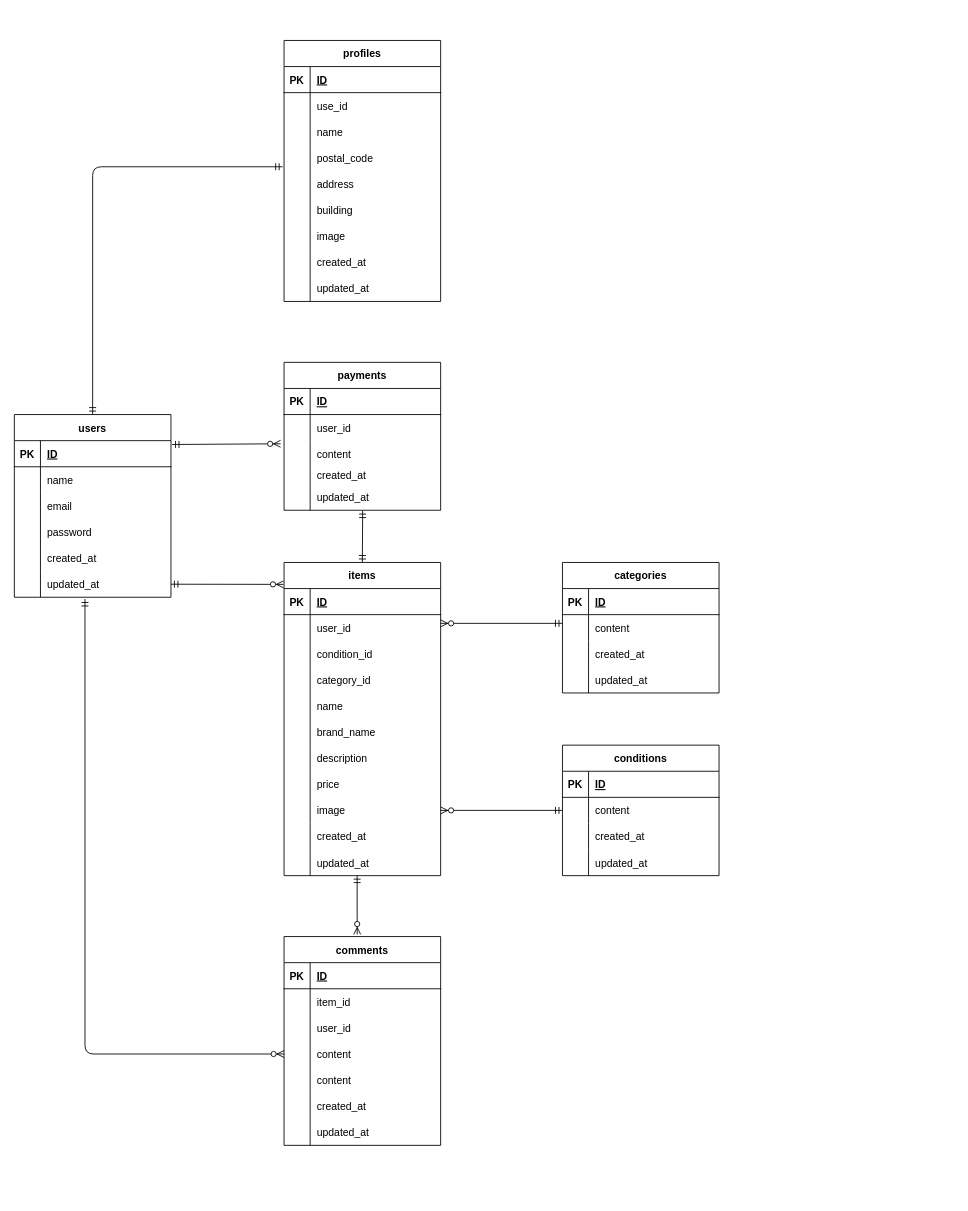
Earlier version of the draw.io diagram ER.drawio (nishimiyu0313/fleamarket-app-old). Source tidied: cells renumbered, new cells numbered last; positions are measured from the earlier drawing's top-left corner, leaving out a move shared by most shapes. Both pictures are drawn from the tidied source at 87%, with x=0, y=0 at pixel (14, 40).
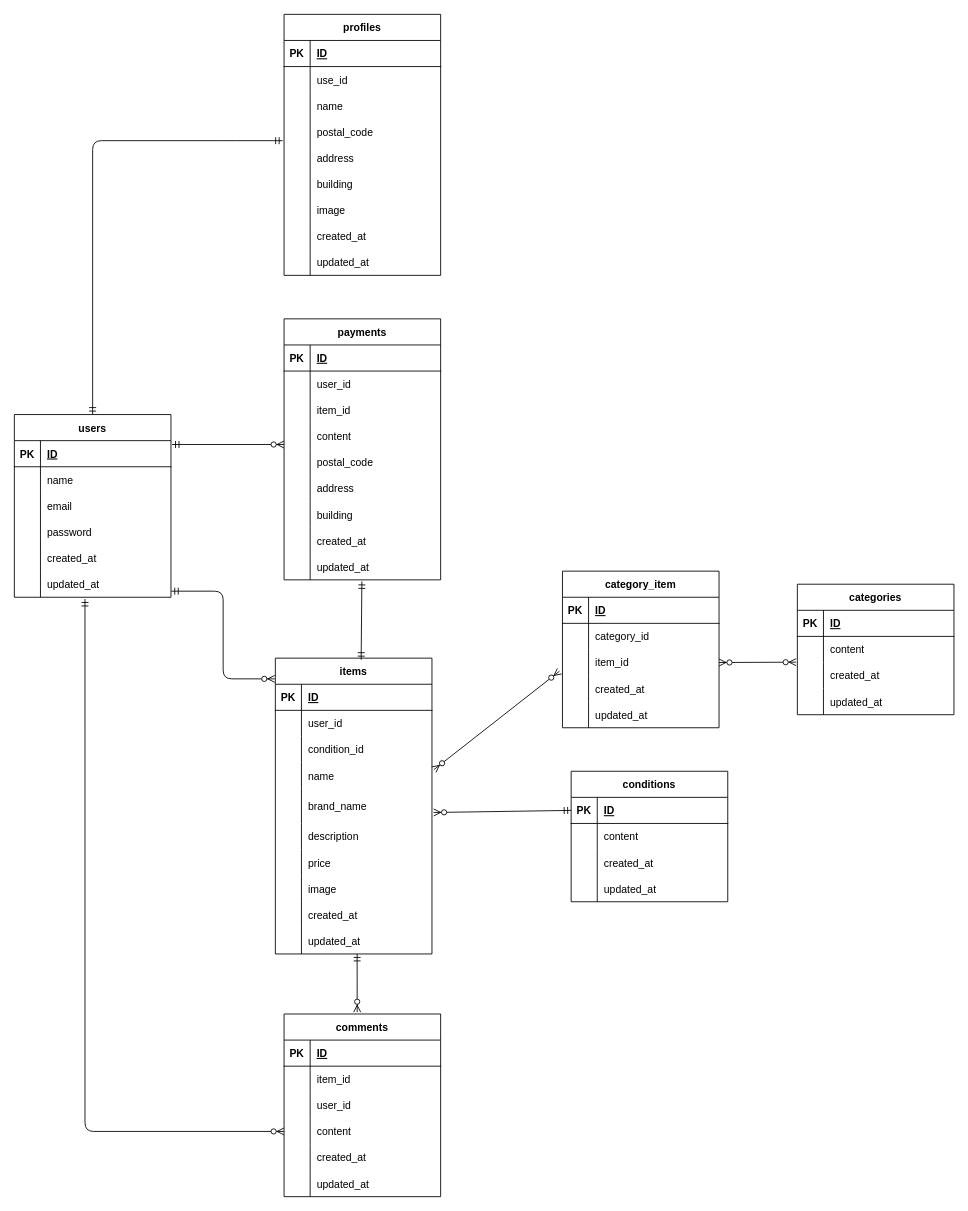
The same diagram, later.

Unchanged cells that the change refers to:
```xml
<mxCell id="3" style="shape=tableRow;horizontal=0;startSize=0;swimlaneHead=0;swimlaneBody=0;fillColor=none;points=[[0,0.5],[1,0.5]];portConstraint=eastwest;top=0;left=0;right=0;bottom=1;" parent="2" vertex="1">
  <mxGeometry y="30" width="180" height="30" as="geometry" />
</mxCell>
<mxCell id="18" style="shape=tableRow;horizontal=0;startSize=0;swimlaneHead=0;swimlaneBody=0;fillColor=none;points=[[0,0.5],[1,0.5]];portConstraint=eastwest;top=0;left=0;right=0;bottom=0;" parent="2" vertex="1">
  <mxGeometry y="180" width="180" height="30" as="geometry" />
</mxCell>
<mxCell id="93" style="shape=tableRow;horizontal=0;startSize=0;swimlaneHead=0;swimlaneBody=0;fillColor=none;points=[[0,0.5],[1,0.5]];portConstraint=eastwest;top=0;left=0;right=0;bottom=0;" parent="83" vertex="1">
  <mxGeometry y="120" width="180" height="30" as="geometry" />
</mxCell>
<mxCell id="125" style="shape=tableRow;horizontal=0;startSize=0;swimlaneHead=0;swimlaneBody=0;fillColor=none;points=[[0,0.5],[1,0.5]];portConstraint=eastwest;top=0;left=0;right=0;bottom=0;" parent="121" vertex="1">
  <mxGeometry y="60" width="180" height="30" as="geometry" />
</mxCell>
<mxCell id="135" style="shape=tableRow;horizontal=0;startSize=0;swimlaneHead=0;swimlaneBody=0;fillColor=none;points=[[0,0.5],[1,0.5]];portConstraint=eastwest;top=0;left=0;right=0;bottom=1;" parent="134" vertex="1">
  <mxGeometry y="30" width="180" height="30" as="geometry" />
</mxCell>
<mxCell id="138" style="shape=tableRow;horizontal=0;startSize=0;swimlaneHead=0;swimlaneBody=0;fillColor=none;points=[[0,0.5],[1,0.5]];portConstraint=eastwest;top=0;left=0;right=0;bottom=0;" parent="134" vertex="1">
  <mxGeometry y="60" width="180" height="30" as="geometry" />
</mxCell>
```

What changed in the source:
```diff
@@
     <mxCell id="21" value="profiles" style="shape=table;startSize=30;childLayout=tableLayout;rowLines=0;fontStyle=1;align=center;" parent="1" vertex="1">
-      <mxGeometry x="310" width="180" height="300" as="geometry" />
+      <mxGeometry x="310" y="-30" width="180" height="300" as="geometry" />
     </mxCell>
@@
     <mxCell id="49" value="items" style="shape=table;startSize=30;childLayout=tableLayout;rowLines=0;fontStyle=1;align=center;" parent="1" vertex="1">
-      <mxGeometry x="310" y="600" width="180" height="360" as="geometry" />
+      <mxGeometry x="300" y="710" width="180" height="340" as="geometry" />
     </mxCell>
@@
-    <mxCell id="59" style="shape=tableRow;horizontal=0;startSize=0;swimlaneHead=0;swimlaneBody=0;fillColor=none;top=0;left=0;right=0;bottom=0;" parent="49" vertex="1">
-      <mxGeometry y="120" width="180" height="30" as="geometry" />
-    </mxCell>
-    <mxCell id="60" style="shape=partialRectangle;fillColor=none;top=0;left=0;bottom=0;right=0;overflow=hidden;" parent="59" vertex="1">
-      <mxGeometry width="30" height="30" as="geometry" />
-    </mxCell>
-    <mxCell id="61" value="category_id" style="shape=partialRectangle;fillColor=none;top=0;left=0;bottom=0;right=0;align=left;spacingLeft=6;overflow=hidden;" parent="59" vertex="1">
-      <mxGeometry x="30" width="150" height="30" as="geometry" />
-    </mxCell>
     <mxCell id="62" style="shape=tableRow;horizontal=0;startSize=0;swimlaneHead=0;swimlaneBody=0;fillColor=none;points=[[0,0.5],[1,0.5]];portConstraint=eastwest;top=0;left=0;right=0;bottom=0;" parent="49" vertex="1">
-      <mxGeometry y="150" width="180" height="30" as="geometry" />
+      <mxGeometry y="120" width="180" height="30" as="geometry" />
     </mxCell>
@@
     <mxCell id="65" style="shape=tableRow;horizontal=0;startSize=0;swimlaneHead=0;swimlaneBody=0;fillColor=none;points=[[0,0.5],[1,0.5]];portConstraint=eastwest;top=0;left=0;right=0;bottom=0;" parent="49" vertex="1">
-      <mxGeometry y="180" width="180" height="30" as="geometry" />
+      <mxGeometry y="150" width="180" height="40" as="geometry" />
     </mxCell>
     <mxCell id="66" style="shape=partialRectangle;fillColor=none;top=0;left=0;bottom=0;right=0;overflow=hidden;" parent="65" vertex="1">
-      <mxGeometry width="30" height="30" as="geometry" />
+      <mxGeometry width="30" height="40" as="geometry" />
     </mxCell>
     <mxCell id="67" value="brand_name" style="shape=partialRectangle;fillColor=none;top=0;left=0;bottom=0;right=0;align=left;spacingLeft=6;overflow=hidden;" parent="65" vertex="1">
-      <mxGeometry x="30" width="150" height="30" as="geometry" />
+      <mxGeometry x="30" width="150" height="40" as="geometry" />
     </mxCell>
     <mxCell id="68" style="shape=tableRow;horizontal=0;startSize=0;swimlaneHead=0;swimlaneBody=0;fillColor=none;top=0;left=0;right=0;bottom=0;" parent="49" vertex="1">
-      <mxGeometry y="210" width="180" height="30" as="geometry" />
+      <mxGeometry y="190" width="180" height="30" as="geometry" />
     </mxCell>
@@
     <mxCell id="71" style="shape=tableRow;horizontal=0;startSize=0;swimlaneHead=0;swimlaneBody=0;fillColor=none;top=0;left=0;right=0;bottom=0;" parent="49" vertex="1">
-      <mxGeometry y="240" width="180" height="30" as="geometry" />
+      <mxGeometry y="220" width="180" height="30" as="geometry" />
     </mxCell>
@@
     <mxCell id="74" style="shape=tableRow;horizontal=0;startSize=0;swimlaneHead=0;swimlaneBody=0;fillColor=none;top=0;left=0;right=0;bottom=0;" parent="49" vertex="1">
-      <mxGeometry y="270" width="180" height="30" as="geometry" />
+      <mxGeometry y="250" width="180" height="30" as="geometry" />
     </mxCell>
@@
     <mxCell id="77" style="shape=tableRow;horizontal=0;startSize=0;swimlaneHead=0;swimlaneBody=0;fillColor=none;top=0;left=0;right=0;bottom=0;" parent="49" vertex="1">
-      <mxGeometry y="300" width="180" height="30" as="geometry" />
+      <mxGeometry y="280" width="180" height="30" as="geometry" />
     </mxCell>
@@
     <mxCell id="80" style="shape=tableRow;horizontal=0;startSize=0;swimlaneHead=0;swimlaneBody=0;fillColor=none;top=0;left=0;right=0;bottom=0;" parent="49" vertex="1">
-      <mxGeometry y="330" width="180" height="30" as="geometry" />
+      <mxGeometry y="310" width="180" height="30" as="geometry" />
     </mxCell>
@@
     <mxCell id="83" value="comments" style="shape=table;startSize=30;childLayout=tableLayout;rowLines=0;fontStyle=1;align=center;" parent="1" vertex="1">
-      <mxGeometry x="310" y="1030" width="180" height="240" as="geometry" />
+      <mxGeometry x="310" y="1119" width="180" height="210" as="geometry" />
     </mxCell>
@@
-    <mxCell id="96" style="shape=tableRow;horizontal=0;startSize=0;swimlaneHead=0;swimlaneBody=0;fillColor=none;top=0;left=0;right=0;bottom=0;" parent="83" vertex="1">
-      <mxGeometry y="150" width="180" height="30" as="geometry" />
-    </mxCell>
-    <mxCell id="97" style="shape=partialRectangle;fillColor=none;top=0;left=0;bottom=0;right=0;overflow=hidden;" parent="96" vertex="1">
-      <mxGeometry width="30" height="30" as="geometry" />
-    </mxCell>
-    <mxCell id="98" value="content" style="shape=partialRectangle;fillColor=none;top=0;left=0;bottom=0;right=0;align=left;spacingLeft=6;overflow=hidden;" parent="96" vertex="1">
-      <mxGeometry x="30" width="150" height="30" as="geometry" />
-    </mxCell>
     <mxCell id="99" style="shape=tableRow;horizontal=0;startSize=0;swimlaneHead=0;swimlaneBody=0;fillColor=none;top=0;left=0;right=0;bottom=0;" parent="83" vertex="1">
-      <mxGeometry y="180" width="180" height="30" as="geometry" />
+      <mxGeometry y="150" width="180" height="30" as="geometry" />
     </mxCell>
@@
     <mxCell id="102" style="shape=tableRow;horizontal=0;startSize=0;swimlaneHead=0;swimlaneBody=0;fillColor=none;top=0;left=0;right=0;bottom=0;" parent="83" vertex="1">
-      <mxGeometry y="210" width="180" height="30" as="geometry" />
+      <mxGeometry y="180" width="180" height="30" as="geometry" />
     </mxCell>
@@
     <mxCell id="105" value="payments" style="shape=table;startSize=30;childLayout=tableLayout;rowLines=0;fontStyle=1;align=center;" parent="1" vertex="1">
-      <mxGeometry x="310" y="370" width="180" height="170" as="geometry" />
+      <mxGeometry x="310" y="320" width="180" height="300" as="geometry" />
     </mxCell>
@@
+    <mxCell id="155" style="shape=tableRow;horizontal=0;startSize=0;swimlaneHead=0;swimlaneBody=0;fillColor=none;top=0;left=0;right=0;bottom=0;" parent="105" vertex="1">
+      <mxGeometry y="90" width="180" height="30" as="geometry" />
+    </mxCell>
+    <mxCell id="156" style="shape=partialRectangle;fillColor=none;top=0;left=0;bottom=0;right=0;overflow=hidden;" parent="155" vertex="1">
+      <mxGeometry width="30" height="30" as="geometry" />
+    </mxCell>
+    <mxCell id="157" value="item_id" style="shape=partialRectangle;fillColor=none;top=0;left=0;bottom=0;right=0;align=left;spacingLeft=6;overflow=hidden;" parent="155" vertex="1">
+      <mxGeometry x="30" width="150" height="30" as="geometry" />
+    </mxCell>
     <mxCell id="112" style="shape=tableRow;horizontal=0;startSize=0;swimlaneHead=0;swimlaneBody=0;fillColor=none;points=[[0,0.5],[1,0.5]];portConstraint=eastwest;top=0;left=0;right=0;bottom=0;" parent="105" vertex="1">
-      <mxGeometry y="90" width="180" height="30" as="geometry" />
+      <mxGeometry y="120" width="180" height="30" as="geometry" />
     </mxCell>
@@
-    <mxCell id="115" style="shape=tableRow;horizontal=0;startSize=0;swimlaneHead=0;swimlaneBody=0;fillColor=none;top=0;left=0;right=0;bottom=0;" parent="105" vertex="1">
-      <mxGeometry y="120" width="180" height="20" as="geometry" />
-    </mxCell>
-    <mxCell id="116" style="shape=partialRectangle;fillColor=none;top=0;left=0;bottom=0;right=0;overflow=hidden;" parent="115" vertex="1">
-      <mxGeometry width="30" height="20" as="geometry" />
-    </mxCell>
-    <mxCell id="117" value="created_at" style="shape=partialRectangle;fillColor=none;top=0;left=0;bottom=0;right=0;align=left;spacingLeft=6;overflow=hidden;" parent="115" vertex="1">
-      <mxGeometry x="30" width="150" height="20" as="geometry" />
-    </mxCell>
+    <mxCell id="158" style="shape=tableRow;horizontal=0;startSize=0;swimlaneHead=0;swimlaneBody=0;fillColor=none;top=0;left=0;right=0;bottom=0;" parent="105" vertex="1">
+      <mxGeometry y="150" width="180" height="30" as="geometry" />
+    </mxCell>
+    <mxCell id="159" style="shape=partialRectangle;fillColor=none;top=0;left=0;bottom=0;right=0;overflow=hidden;" parent="158" vertex="1">
+      <mxGeometry width="30" height="30" as="geometry" />
+    </mxCell>
+    <mxCell id="160" value="postal_code" style="shape=partialRectangle;fillColor=none;top=0;left=0;bottom=0;right=0;align=left;spacingLeft=6;overflow=hidden;" parent="158" vertex="1">
+      <mxGeometry x="30" width="150" height="30" as="geometry" />
+    </mxCell>
     <mxCell id="118" style="shape=tableRow;horizontal=0;startSize=0;swimlaneHead=0;swimlaneBody=0;fillColor=none;points=[[0,0.5],[1,0.5]];portConstraint=eastwest;top=0;left=0;right=0;bottom=0;" parent="105" vertex="1">
-      <mxGeometry y="140" width="180" height="30" as="geometry" />
+      <mxGeometry y="180" width="180" height="30" as="geometry" />
     </mxCell>
@@
-    <mxCell id="120" value="updated_at" style="shape=partialRectangle;fillColor=none;top=0;left=0;bottom=0;right=0;align=left;spacingLeft=6;overflow=hidden;" parent="118" vertex="1">
+    <mxCell id="120" value="address" style="shape=partialRectangle;fillColor=none;top=0;left=0;bottom=0;right=0;align=left;spacingLeft=6;overflow=hidden;" parent="118" vertex="1">
       <mxGeometry x="30" width="150" height="30" as="geometry" />
     </mxCell>
+    <mxCell id="161" style="shape=tableRow;horizontal=0;startSize=0;swimlaneHead=0;swimlaneBody=0;fillColor=none;top=0;left=0;right=0;bottom=0;" parent="105" vertex="1">
+      <mxGeometry y="210" width="180" height="30" as="geometry" />
+    </mxCell>
+    <mxCell id="162" style="shape=partialRectangle;fillColor=none;top=0;left=0;bottom=0;right=0;overflow=hidden;" parent="161" vertex="1">
+      <mxGeometry width="30" height="30" as="geometry" />
+    </mxCell>
+    <mxCell id="163" value="building" style="shape=partialRectangle;fillColor=none;top=0;left=0;bottom=0;right=0;align=left;spacingLeft=6;overflow=hidden;" parent="161" vertex="1">
+      <mxGeometry x="30" width="150" height="30" as="geometry" />
+    </mxCell>
+    <mxCell id="164" style="shape=tableRow;horizontal=0;startSize=0;swimlaneHead=0;swimlaneBody=0;fillColor=none;top=0;left=0;right=0;bottom=0;" parent="105" vertex="1">
+      <mxGeometry y="240" width="180" height="30" as="geometry" />
+    </mxCell>
+    <mxCell id="165" style="shape=partialRectangle;fillColor=none;top=0;left=0;bottom=0;right=0;overflow=hidden;" parent="164" vertex="1">
+      <mxGeometry width="30" height="30" as="geometry" />
+    </mxCell>
+    <mxCell id="166" value="created_at" style="shape=partialRectangle;fillColor=none;top=0;left=0;bottom=0;right=0;align=left;spacingLeft=6;overflow=hidden;" parent="164" vertex="1">
+      <mxGeometry x="30" width="150" height="30" as="geometry" />
+    </mxCell>
+    <mxCell id="167" style="shape=tableRow;horizontal=0;startSize=0;swimlaneHead=0;swimlaneBody=0;fillColor=none;points=[[0,0.5],[1,0.5]];portConstraint=eastwest;top=0;left=0;right=0;bottom=0;" parent="105" vertex="1">
+      <mxGeometry y="270" width="180" height="30" as="geometry" />
+    </mxCell>
+    <mxCell id="168" style="shape=partialRectangle;fillColor=none;top=0;left=0;bottom=0;right=0;overflow=hidden;" parent="167" vertex="1">
+      <mxGeometry width="30" height="30" as="geometry" />
+    </mxCell>
+    <mxCell id="169" value="updated_at" style="shape=partialRectangle;fillColor=none;top=0;left=0;bottom=0;right=0;align=left;spacingLeft=6;overflow=hidden;" parent="167" vertex="1">
+      <mxGeometry x="30" width="150" height="30" as="geometry" />
+    </mxCell>
     <mxCell id="121" value="categories" style="shape=table;startSize=30;childLayout=tableLayout;rowLines=0;fontStyle=1;align=center;" parent="1" vertex="1">
-      <mxGeometry x="630" y="600" width="180" height="150" as="geometry" />
+      <mxGeometry x="900" y="625" width="180" height="150" as="geometry" />
     </mxCell>
@@
     <mxCell id="134" value="conditions" style="shape=table;startSize=30;childLayout=tableLayout;rowLines=0;fontStyle=1;align=center;" parent="1" vertex="1">
-      <mxGeometry x="630" y="810" width="180" height="150" as="geometry" />
+      <mxGeometry x="640" y="840" width="180" height="150" as="geometry" />
     </mxCell>
@@
-    <mxCell id="148" style="fontSize=12;html=1;endArrow=ERzeroToMany;startArrow=ERmandOne;exitX=1.007;exitY=0.147;exitDx=0;exitDy=0;entryX=-0.022;entryY=0.12;entryDx=0;entryDy=0;exitPerimeter=0;entryPerimeter=0;" parent="1" edge="1" source="3" target="112">
+    <mxCell id="148" style="fontSize=12;html=1;endArrow=ERzeroToMany;startArrow=ERmandOne;exitX=1.007;exitY=0.147;exitDx=0;exitDy=0;entryX=0;entryY=0.814;entryDx=0;entryDy=0;exitPerimeter=0;entryPerimeter=0;" parent="1" edge="1" source="3" target="112">
       <mxGeometry relative="1" as="geometry" />
     </mxCell>
-    <mxCell id="149" style="fontSize=12;html=1;endArrow=ERzeroToMany;startArrow=ERmandOne;entryX=-0.004;entryY=0.07;entryDx=0;entryDy=0;entryPerimeter=0;exitX=1;exitY=0.5;exitDx=0;exitDy=0;" parent="1" edge="1" source="18" target="49">
+    <mxCell id="149" style="fontSize=12;html=1;endArrow=ERzeroToMany;startArrow=ERmandOne;entryX=-0.004;entryY=0.07;entryDx=0;entryDy=0;entryPerimeter=0;exitX=1.002;exitY=0.767;exitDx=0;exitDy=0;edgeStyle=orthogonalEdgeStyle;exitPerimeter=0;" parent="1" edge="1" source="18" target="49">
       <mxGeometry relative="1" as="geometry" />
     </mxCell>
     <mxCell id="150" style="edgeStyle=orthogonalEdgeStyle;fontSize=12;html=1;endArrow=ERzeroToMany;startArrow=ERmandOne;entryX=0;entryY=0.5;entryDx=0;entryDy=0;exitX=0.451;exitY=1.067;exitDx=0;exitDy=0;exitPerimeter=0;" parent="1" edge="1" source="18" target="93">
       <mxGeometry relative="1" as="geometry">
         <Array as="points">
-          <mxPoint x="81" y="1165" />
+          <mxPoint x="81" y="1254" />
         </Array>
       </mxGeometry>
     </mxCell>
-    <mxCell id="151" style="fontSize=12;html=1;endArrow=ERzeroToMany;startArrow=ERmandOne;" parent="1" edge="1">
-      <mxGeometry relative="1" as="geometry">
-        <mxPoint x="630" y="670" as="sourcePoint" />
-        <mxPoint x="490" y="670" as="targetPoint" />
-      </mxGeometry>
-    </mxCell>
-    <mxCell id="152" style="fontSize=12;html=1;endArrow=ERzeroToMany;startArrow=ERmandOne;exitX=0;exitY=0.5;exitDx=0;exitDy=0;" parent="1" edge="1" source="138">
-      <mxGeometry relative="1" as="geometry">
-        <mxPoint x="490" y="885" as="targetPoint" />
-      </mxGeometry>
+    <mxCell id="152" style="fontSize=12;html=1;endArrow=ERzeroToMany;startArrow=ERmandOne;exitX=0;exitY=0.5;exitDx=0;exitDy=0;entryX=1.011;entryY=0.685;entryDx=0;entryDy=0;entryPerimeter=0;" parent="1" edge="1" source="135" target="65">
+      <mxGeometry relative="1" as="geometry" />
     </mxCell>
-    <mxCell id="153" style="fontSize=12;html=1;endArrow=ERmandOne;startArrow=ERmandOne;exitX=0.5;exitY=0;exitDx=0;exitDy=0;entryX=0.502;entryY=1.013;entryDx=0;entryDy=0;entryPerimeter=0;" parent="1" edge="1" source="49" target="118">
+    <mxCell id="153" style="fontSize=12;html=1;endArrow=ERmandOne;startArrow=ERmandOne;exitX=0.548;exitY=0.005;exitDx=0;exitDy=0;entryX=0.497;entryY=1.06;entryDx=0;entryDy=0;entryPerimeter=0;exitPerimeter=0;" parent="1" edge="1" source="49" target="167">
       <mxGeometry relative="1" as="geometry" />
     </mxCell>
     <mxCell id="154" style="fontSize=12;html=1;endArrow=ERzeroToMany;startArrow=ERmandOne;entryX=0.467;entryY=-0.01;entryDx=0;entryDy=0;entryPerimeter=0;" parent="1" edge="1" target="83">
       <mxGeometry relative="1" as="geometry">
-        <mxPoint x="394" y="960" as="sourcePoint" />
+        <mxPoint x="394" y="1050" as="sourcePoint" />
       </mxGeometry>
     </mxCell>
+    <mxCell id="170" value="category_item" style="shape=table;startSize=30;childLayout=tableLayout;rowLines=0;fontStyle=1;align=center;" parent="1" vertex="1">
+      <mxGeometry x="630" y="610" width="180" height="180" as="geometry" />
+    </mxCell>
+    <mxCell id="171" style="shape=tableRow;horizontal=0;startSize=0;swimlaneHead=0;swimlaneBody=0;fillColor=none;top=0;left=0;right=0;bottom=1;" parent="170" vertex="1">
+      <mxGeometry y="30" width="180" height="30" as="geometry" />
+    </mxCell>
+    <mxCell id="172" value="PK" style="shape=partialRectangle;fillColor=none;top=0;left=0;bottom=0;right=0;fontStyle=1;overflow=hidden;" parent="171" vertex="1">
+      <mxGeometry width="30" height="30" as="geometry" />
+    </mxCell>
+    <mxCell id="173" value="ID" style="shape=partialRectangle;fillColor=none;top=0;left=0;bottom=0;right=0;align=left;spacingLeft=6;fontStyle=5;overflow=hidden;" parent="171" vertex="1">
+      <mxGeometry x="30" width="150" height="30" as="geometry" />
+    </mxCell>
+    <mxCell id="174" style="shape=tableRow;horizontal=0;startSize=0;swimlaneHead=0;swimlaneBody=0;fillColor=none;top=0;left=0;right=0;bottom=0;" parent="170" vertex="1">
+      <mxGeometry y="60" width="180" height="30" as="geometry" />
+    </mxCell>
+    <mxCell id="175" style="shape=partialRectangle;fillColor=none;top=0;left=0;bottom=0;right=0;overflow=hidden;" parent="174" vertex="1">
+      <mxGeometry width="30" height="30" as="geometry" />
+    </mxCell>
+    <mxCell id="61" value="category_id" style="shape=partialRectangle;fillColor=none;top=0;left=0;bottom=0;right=0;align=left;spacingLeft=6;overflow=hidden;" parent="174" vertex="1">
+      <mxGeometry x="30" width="150" height="30" as="geometry" />
+    </mxCell>
+    <mxCell id="176" style="shape=tableRow;horizontal=0;startSize=0;swimlaneHead=0;swimlaneBody=0;fillColor=none;points=[[0,0.5],[1,0.5]];portConstraint=eastwest;top=0;left=0;right=0;bottom=0;" parent="170" vertex="1">
+      <mxGeometry y="90" width="180" height="30" as="geometry" />
+    </mxCell>
+    <mxCell id="177" style="shape=partialRectangle;fillColor=none;top=0;left=0;bottom=0;right=0;overflow=hidden;" parent="176" vertex="1">
+      <mxGeometry width="30" height="30" as="geometry" />
+    </mxCell>
+    <mxCell id="178" value="item_id" style="shape=partialRectangle;fillColor=none;top=0;left=0;bottom=0;right=0;align=left;spacingLeft=6;overflow=hidden;" parent="176" vertex="1">
+      <mxGeometry x="30" width="150" height="30" as="geometry" />
+    </mxCell>
+    <mxCell id="59" style="shape=tableRow;horizontal=0;startSize=0;swimlaneHead=0;swimlaneBody=0;fillColor=none;top=0;left=0;right=0;bottom=0;" parent="170" vertex="1">
+      <mxGeometry y="120" width="180" height="30" as="geometry" />
+    </mxCell>
+    <mxCell id="179" style="shape=partialRectangle;fillColor=none;top=0;left=0;bottom=0;right=0;overflow=hidden;" parent="59" vertex="1">
+      <mxGeometry width="30" height="30" as="geometry" />
+    </mxCell>
+    <mxCell id="180" value="created_at" style="shape=partialRectangle;fillColor=none;top=0;left=0;bottom=0;right=0;align=left;spacingLeft=6;overflow=hidden;" parent="59" vertex="1">
+      <mxGeometry x="30" width="150" height="30" as="geometry" />
+    </mxCell>
+    <mxCell id="181" style="shape=tableRow;horizontal=0;startSize=0;swimlaneHead=0;swimlaneBody=0;fillColor=none;top=0;left=0;right=0;bottom=0;" parent="170" vertex="1">
+      <mxGeometry y="150" width="180" height="30" as="geometry" />
+    </mxCell>
+    <mxCell id="182" style="shape=partialRectangle;fillColor=none;top=0;left=0;bottom=0;right=0;overflow=hidden;" parent="181" vertex="1">
+      <mxGeometry width="30" height="30" as="geometry" />
+    </mxCell>
+    <mxCell id="183" value="updated_at" style="shape=partialRectangle;fillColor=none;top=0;left=0;bottom=0;right=0;align=left;spacingLeft=6;overflow=hidden;" parent="181" vertex="1">
+      <mxGeometry x="30" width="150" height="30" as="geometry" />
+    </mxCell>
+    <mxCell id="184" style="fontSize=12;html=1;endArrow=ERzeroToMany;endFill=1;startArrow=ERzeroToMany;exitX=1.012;exitY=0.273;exitDx=0;exitDy=0;exitPerimeter=0;entryX=-0.019;entryY=0.833;entryDx=0;entryDy=0;entryPerimeter=0;" parent="1" edge="1" source="62" target="176">
+      <mxGeometry relative="1" as="geometry" />
+    </mxCell>
+    <mxCell id="185" style="fontSize=12;html=1;endArrow=ERzeroToMany;endFill=1;startArrow=ERzeroToMany;entryX=-0.008;entryY=0.987;entryDx=0;entryDy=0;exitX=1;exitY=0.5;exitDx=0;exitDy=0;entryPerimeter=0;" parent="1" edge="1" source="176" target="125">
+      <mxGeometry relative="1" as="geometry" />
+    </mxCell>
```
